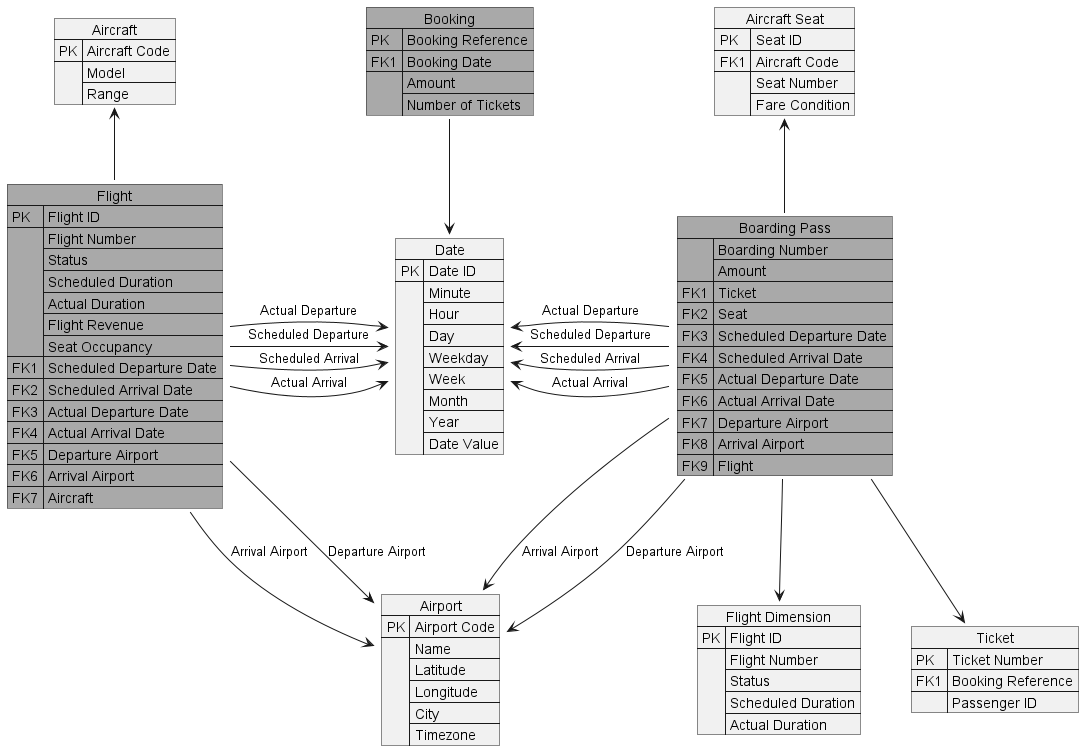
This is out/dimodel/dimodel.png from antonoliv/airline-datawarehouse, a PlantUML export, as it was before one commit. Source of this version:
```plantuml
@startuml


json "Ticket" as ticket {
    "PK": "Ticket Number",
    "FK1": "Booking Reference",
    "": ["Passenger ID"]
}

json "Aircraft" as aircraft {
    "PK": "Aircraft Code",
    "": ["Model", "Range"]
}

json "Aircraft Seat" as seat {
    "PK": "Seat ID",
    "FK1": "Aircraft Code",
    "": ["Seat Number", "Fare Condition"]
}

json "Airport" as airport {
    "PK": "Airport Code",
    "": ["Name", "Latitude", "Longitude", "City", "Timezone"]
}

json "Date" as date {
    "PK": "Date ID",
    "": ["Minute", "Hour", "Day", "Weekday", "Week", "Month", "Year", "Date Value"]
}

json "Flight" as flight #DarkGray {
    "PK": "Flight ID",
    "": ["Flight Number", "Status", "Scheduled Duration", "Actual Duration", "Flight Revenue", "Seat Occupancy"],
    "FK1": "Scheduled Departure Date",
    "FK2": "Scheduled Arrival Date",
    "FK3": "Actual Departure Date",
    "FK4": "Actual Arrival Date",
    "FK5": "Departure Airport",
    "FK6": "Arrival Airport",
    "FK7": "Aircraft"
}

flight -r-> date: "Scheduled Departure"
flight -r-> date: "Scheduled Arrival"
flight -r-> date: "Actual Departure"
flight -r-> date: "Actual Arrival"
flight -d-> airport: "Departure Airport"
flight -d-> airport: "Arrival Airport"
flight -u-> aircraft


json "Booking" as booking #DarkGray {
    "PK": "Booking Reference",
    "FK1": "Booking Date",
    "": ["Amount", "Number of Tickets"]
}

booking --> date

json "Flight Dimension" as flightdim {
    "PK": "Flight ID",
    "": ["Flight Number", "Status", "Scheduled Duration", "Actual Duration"]
}

json "Boarding Pass" as boarding #DarkGray {
    "": ["Boarding Number", "Amount"],
    "FK1": "Ticket",
    "FK2": "Seat",
    "FK3": "Scheduled Departure Date",
    "FK4": "Scheduled Arrival Date",
    "FK5": "Actual Departure Date",
    "FK6": "Actual Arrival Date",
    "FK7": "Departure Airport",
    "FK8": "Arrival Airport",
    "FK9": "Flight"
}

boarding --> ticket
boarding -u-> seat
boarding -l-> date: "Scheduled Departure"
boarding -l-> date: "Scheduled Arrival"
boarding -l-> date: "Actual Departure"
boarding -l-> date: "Actual Arrival"
boarding --> airport: "Departure Airport"
boarding --> airport: "Arrival Airport"
boarding --> flightdim


@enduml
```
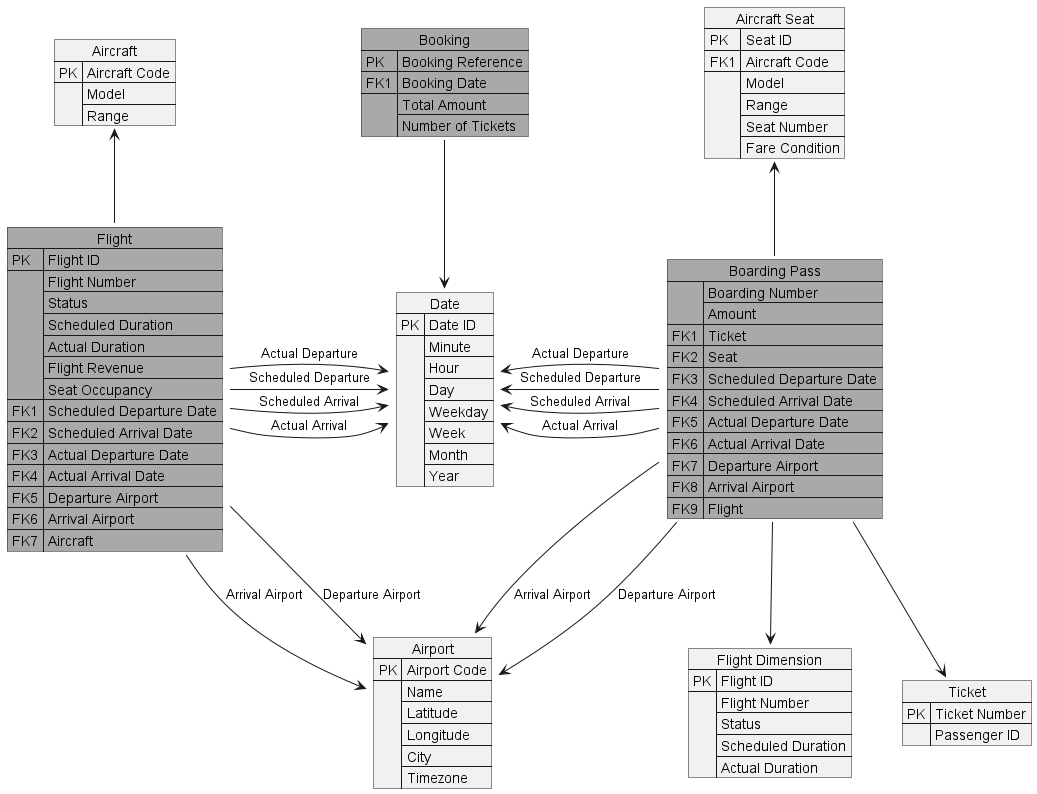
Later version of the same file.

Diff of the diagram source:
```diff
@@ -3,7 +3,6 @@
 
 json "Ticket" as ticket {
     "PK": "Ticket Number",
-    "FK1": "Booking Reference",
     "": ["Passenger ID"]
 }
 
@@ -15,7 +14,7 @@
 json "Aircraft Seat" as seat {
     "PK": "Seat ID",
     "FK1": "Aircraft Code",
-    "": ["Seat Number", "Fare Condition"]
+    "": ["Model", "Range", "Seat Number", "Fare Condition"]
 }
 
 json "Airport" as airport {
@@ -25,7 +24,7 @@
 
 json "Date" as date {
     "PK": "Date ID",
-    "": ["Minute", "Hour", "Day", "Weekday", "Week", "Month", "Year", "Date Value"]
+    "": ["Minute", "Hour", "Day", "Weekday", "Week", "Month", "Year"]
 }
 
 json "Flight" as flight #DarkGray {
@@ -52,7 +51,7 @@
 json "Booking" as booking #DarkGray {
     "PK": "Booking Reference",
     "FK1": "Booking Date",
-    "": ["Amount", "Number of Tickets"]
+    "": ["Total Amount", "Number of Tickets"]
 }
 
 booking --> date
```
